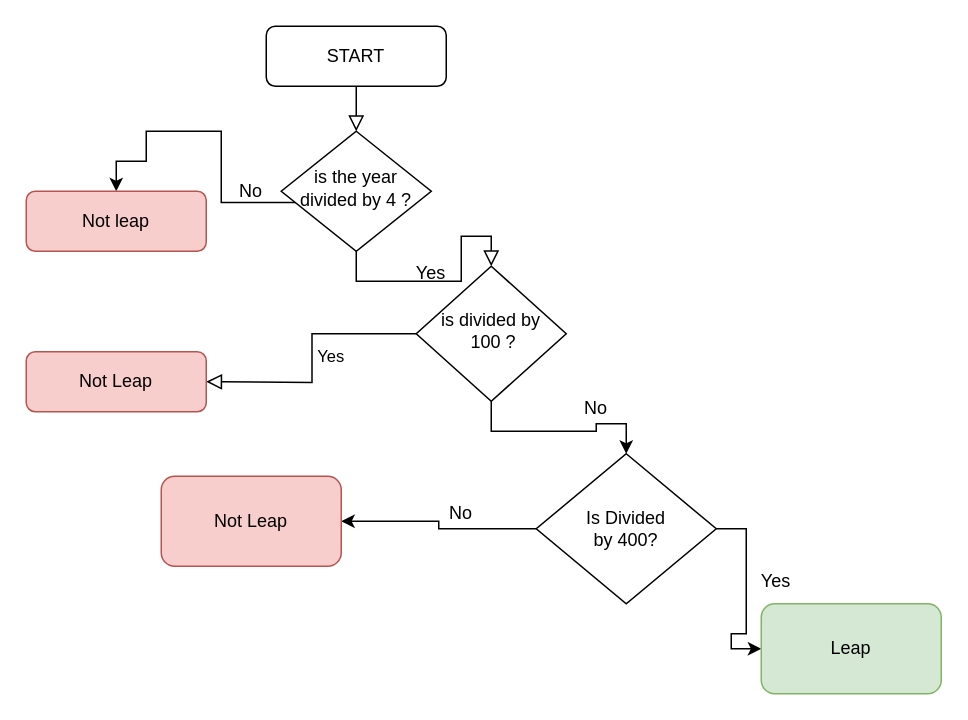
Earlier version of the draw.io diagram Untitled Diagram.drawio (elgendy22/html-portfolio). Source tidied: cells renumbered, new cells numbered last; positions are measured from the earlier drawing's top-left corner, leaving out a move shared by most shapes. Both pictures are drawn from the tidied source at 150%, with x=0, y=0 at pixel (26, 26).
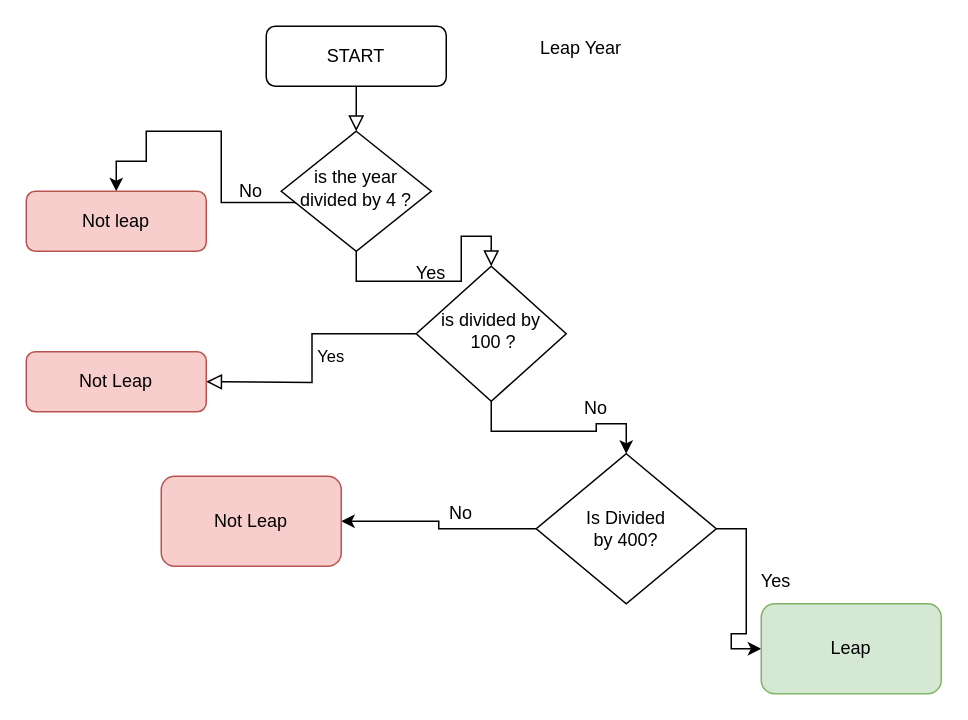
The same diagram, later.

Diff of the diagram source:
```diff
@@
+    <mxCell id="23" value="Leap Year" style="text;strokeColor=none;align=center;fillColor=none;html=1;verticalAlign=middle;whiteSpace=wrap;rounded=0;" parent="1" vertex="1">
+      <mxGeometry x="340" width="60" height="30" as="geometry" />
+    </mxCell>
```
